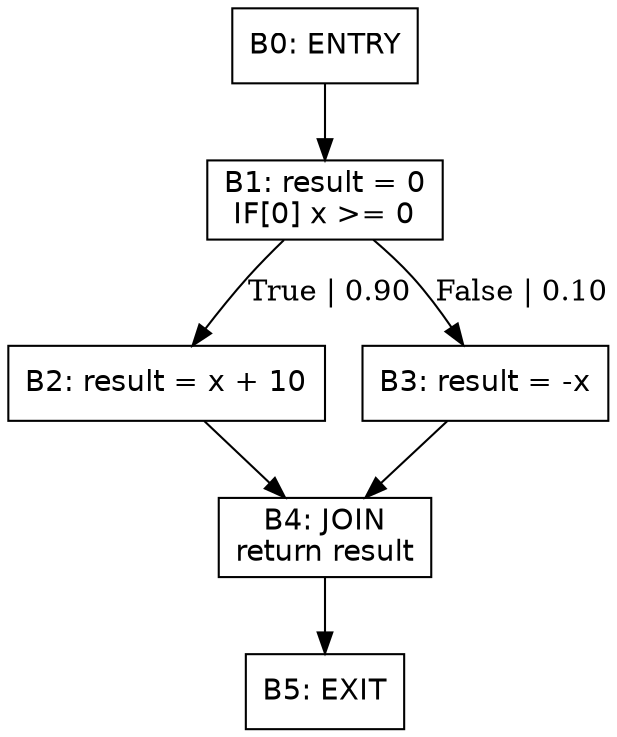
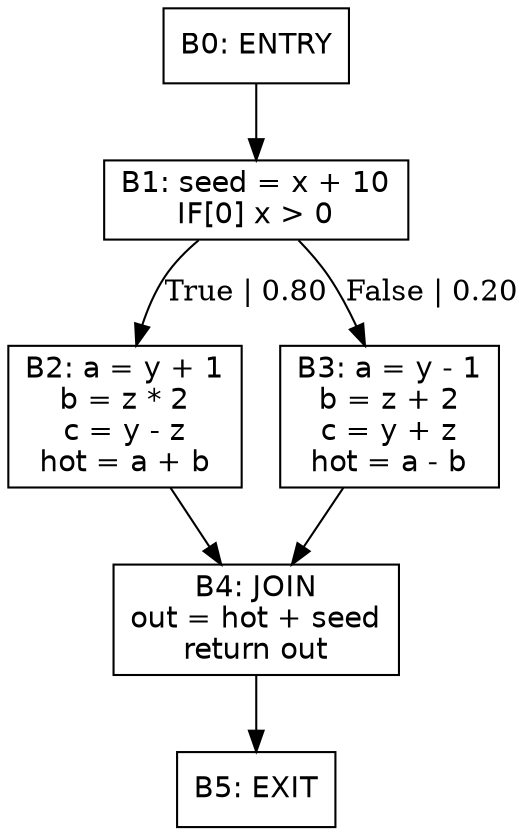
digraph CFG {
  rankdir=TB;
  node [shape=box, fontname=Helvetica];
  B0 [label="B0: ENTRY"];
-   B1 [label="B1: result = 0\nIF[0] x >= 0"];
-   B2 [label="B2: result = x + 10"];
-   B3 [label="B3: result = -x"];
-   B4 [label="B4: JOIN\nreturn result"];
+   B1 [label="B1: seed = x + 10\nIF[0] x > 0"];
+   B2 [label="B2: a = y + 1\nb = z * 2\nc = y - z\nhot = a + b"];
+   B3 [label="B3: a = y - 1\nb = z + 2\nc = y + z\nhot = a - b"];
+   B4 [label="B4: JOIN\nout = hot + seed\nreturn out"];
  B5 [label="B5: EXIT"];
  B0 -> B1;
-   B1 -> B2 [label="True | 0.90"];
-   B1 -> B3 [label="False | 0.10"];
+   B1 -> B2 [label="True | 0.80"];
+   B1 -> B3 [label="False | 0.20"];
  B2 -> B4;
  B3 -> B4;
  B4 -> B5;
}